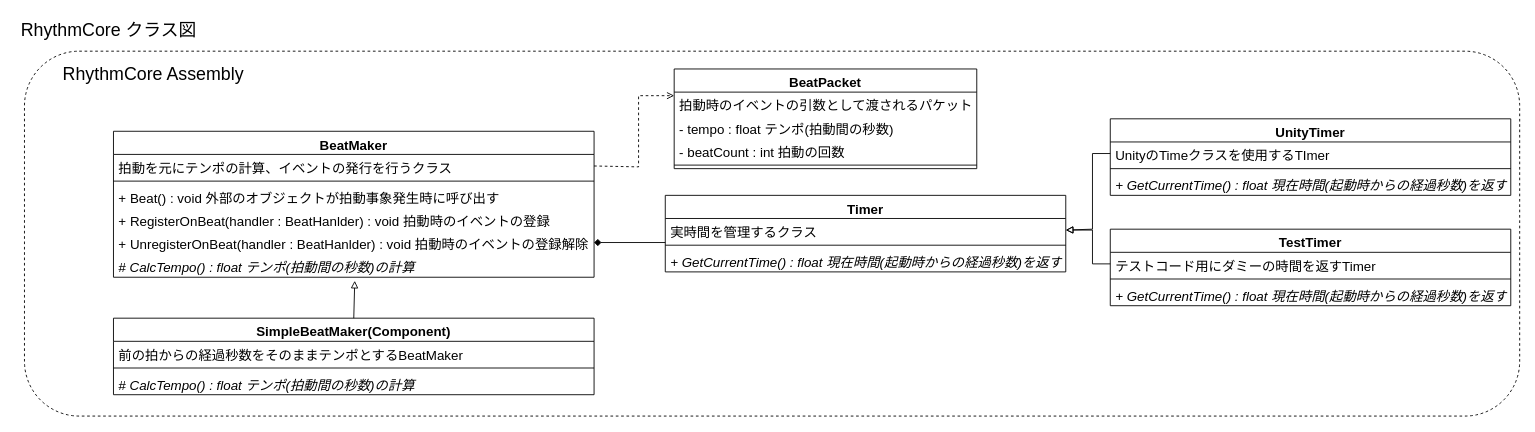
This is Designs/RhythmCore_ClassDiagram.drawio from Dumble009/RhythmCore, a draw.io file, before an edit. Source tidied: cells renumbered, new cells numbered last; positions are measured from the earlier drawing's top-left corner, leaving out a move shared by most shapes. Both pictures are drawn from the tidied source at 89%, with x=0, y=0 at pixel (15, 15).
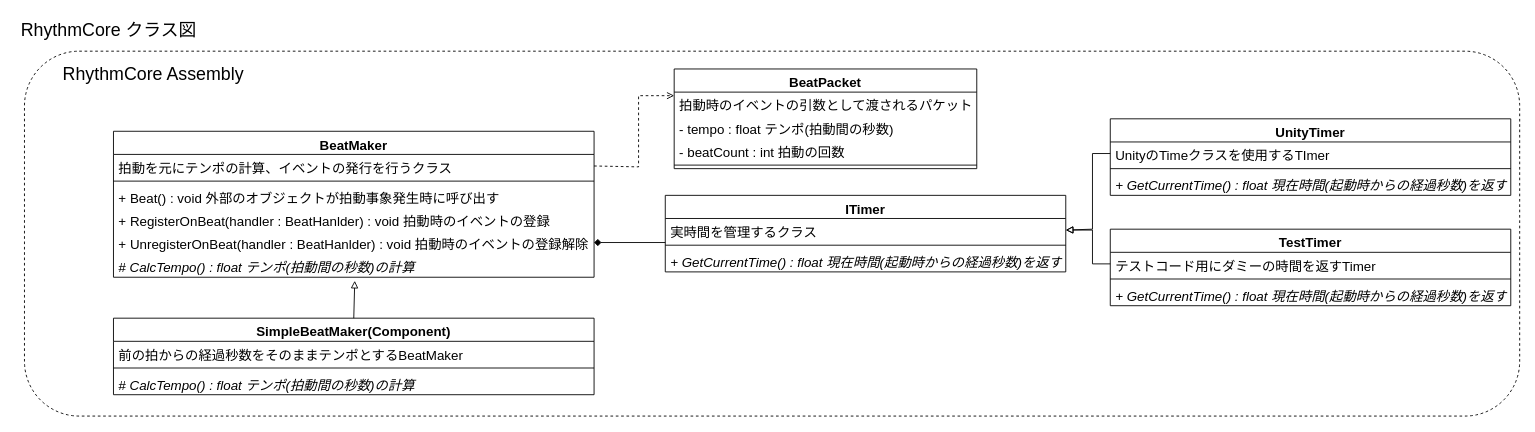
The same diagram, later.

Commit message (it also covers changes not shown here):
Master : add ITimer interface

What changed in the source:
```diff
@@
-    <mxCell id="23" value="Timer" style="swimlane;fontStyle=1;align=center;verticalAlign=top;horizontal=1;startSize=26;fontSize=15;" parent="1" vertex="1">
+    <mxCell id="23" value="ITimer" style="swimlane;fontStyle=1;align=center;verticalAlign=top;horizontal=1;startSize=26;fontSize=15;" parent="1" vertex="1">
       <mxGeometry x="730" y="202" width="450" height="86" as="geometry" />
     </mxCell>
```
